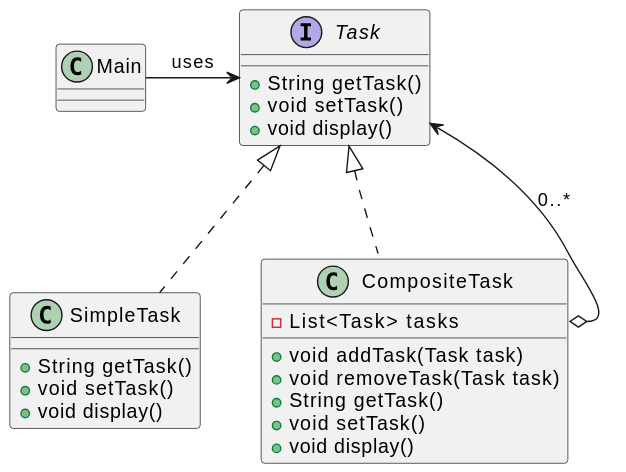
Earlier version of the PlantUML export Composite/class-diagram.svg (miguelarian/design-patterns).
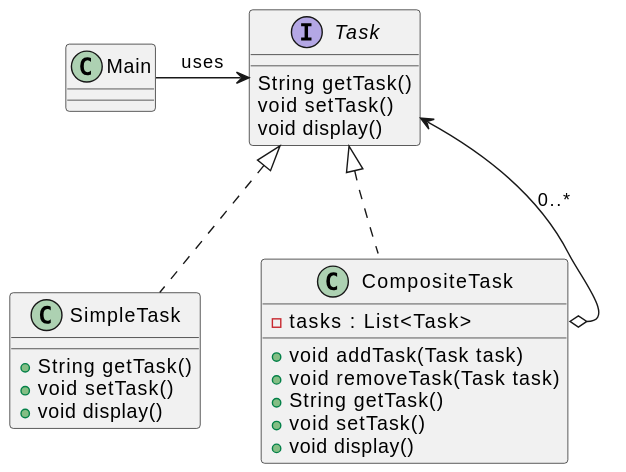
Above is the later version.

Commit message:
fix plantuml syntax errors

Change to the diagram source:
```diff
@@ -1,8 +1,8 @@
 @startuml
 interface Task {
-    + String getTask()
-    + void setTask()
-    + void display()
+    String getTask()
+    void setTask()
+    void display()
 }
 class SimpleTask implements Task {
     + String getTask()
@@ -10,7 +10,7 @@
     + void display()
 }
 class CompositeTask implements Task {
-    - List<Task> tasks
+    - tasks : List<Task>
     + void addTask(Task task)
     + void removeTask(Task task)
     + String getTask()
```
